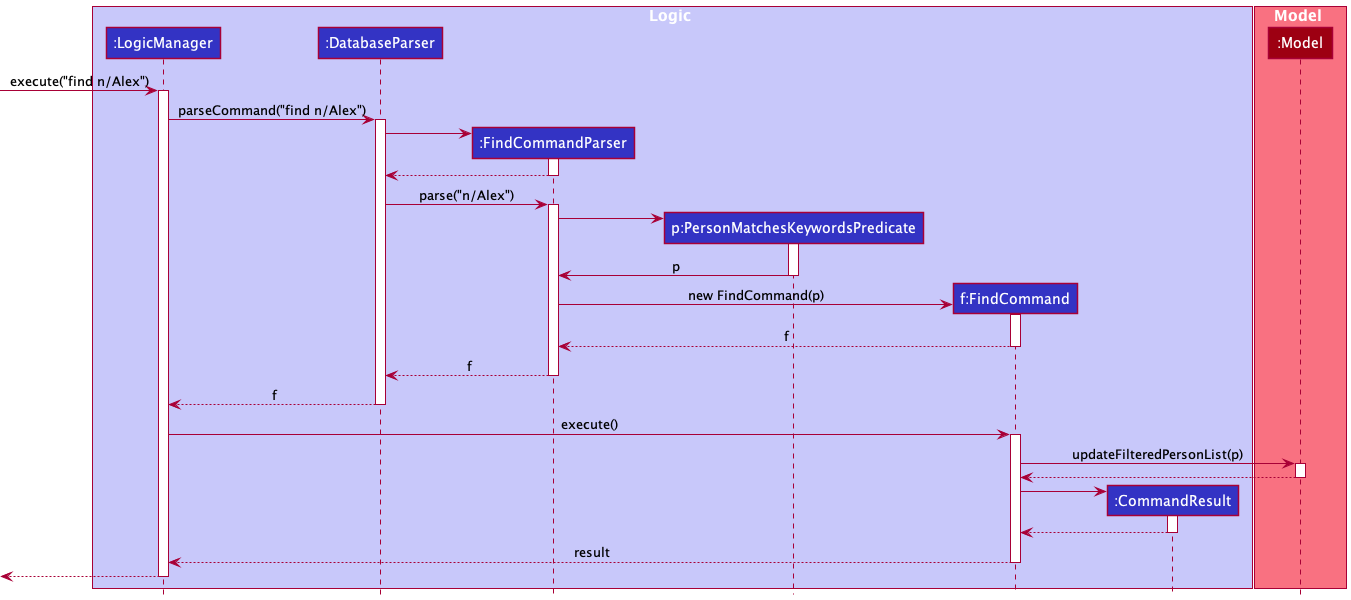
nus-cs2103-AY2223S1/tp keeps this PlantUML diagram as docs/images/diagrams/FindCommandUML.png. Above is the earlier version.
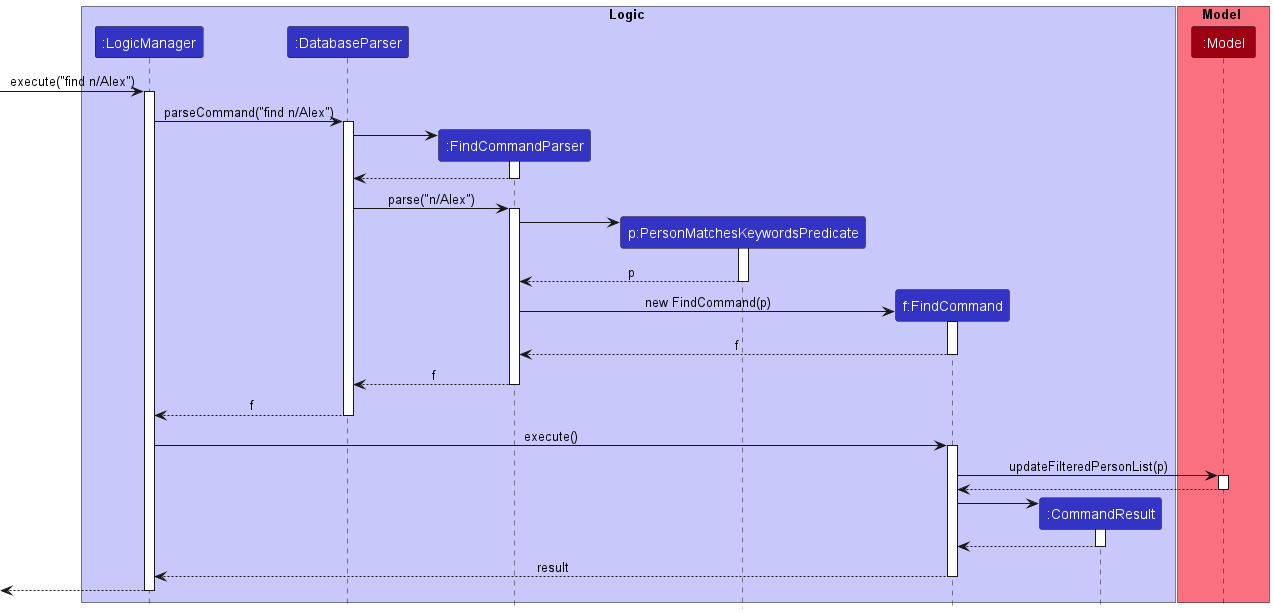
After the change.

What changed in the source:
```diff
@@ -34,7 +34,7 @@
 FindCommandParser -> PersonMatchesKeywordsPredicate
 activate PersonMatchesKeywordsPredicate
 
-PersonMatchesKeywordsPredicate -> FindCommandParser : p
+PersonMatchesKeywordsPredicate --> FindCommandParser : p
 deactivate PersonMatchesKeywordsPredicate
 
 create FindCommand
```
